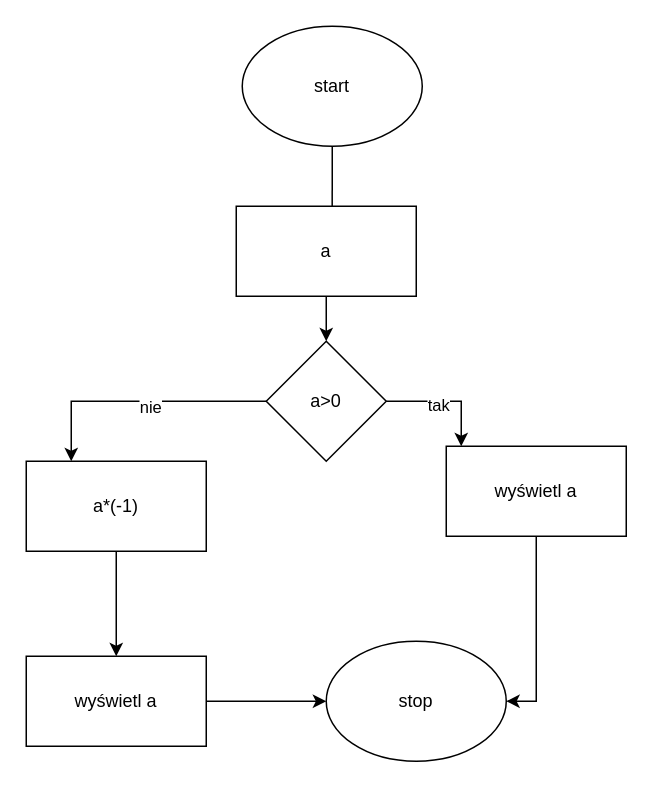
Before: Diagram bez tytułu.drawio in maciasok/algorytmy, a draw.io diagram. Source tidied: cells renumbered, new cells numbered last; positions are measured from the earlier drawing's top-left corner, leaving out a move shared by most shapes. Both pictures are drawn from the tidied source at 150%, with x=0, y=0 at pixel (26, 26).
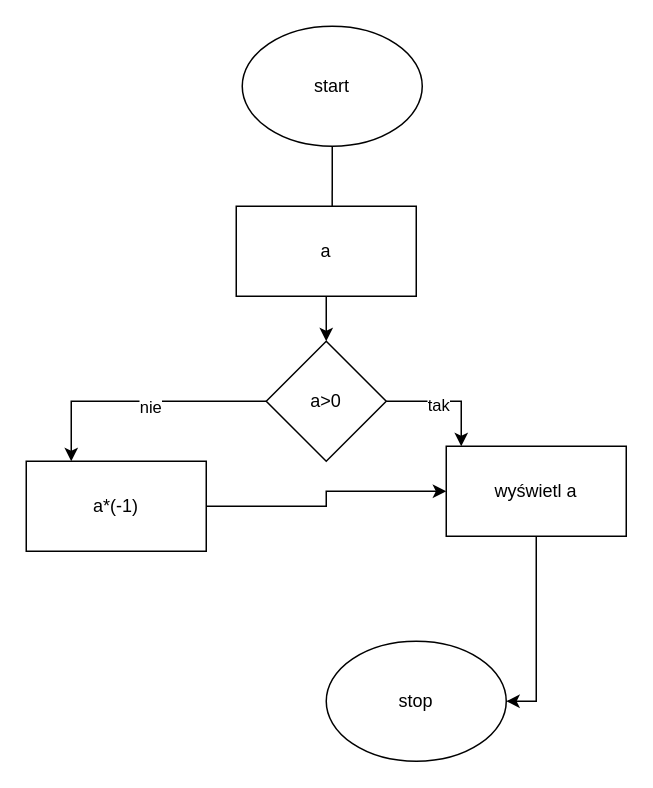
After the change.

What changed in the source:
```diff
@@
 <mxGraphModel>
   <root>
     <mxCell id="0" />
     <mxCell id="1" parent="0" />
     <mxCell id="2" style="edgeStyle=orthogonalEdgeStyle;rounded=0;jettySize=auto;html=1;entryX=0.533;entryY=0.167;entryDx=0;entryDy=0;entryPerimeter=0;" parent="1" edge="1" source="3" target="5">
       <mxGeometry relative="1" as="geometry" />
     </mxCell>
     <mxCell id="3" value="start" style="ellipse;whiteSpace=wrap;html=1;" parent="1" vertex="1">
       <mxGeometry x="144" width="120" height="80" as="geometry" />
     </mxCell>
     <mxCell id="4" style="edgeStyle=orthogonalEdgeStyle;rounded=0;jettySize=auto;html=1;" parent="1" edge="1" source="5" target="10">
       <mxGeometry relative="1" as="geometry" />
     </mxCell>
     <mxCell id="5" value="a" style="rounded=0;whiteSpace=wrap;html=1;" parent="1" vertex="1">
       <mxGeometry x="140" y="120" width="120" height="60" as="geometry" />
     </mxCell>
     <mxCell id="6" style="edgeStyle=orthogonalEdgeStyle;rounded=0;jettySize=auto;html=1;" parent="1" edge="1" source="10" target="14">
       <mxGeometry relative="1" as="geometry">
         <Array as="points">
           <mxPoint x="290" y="250" />
         </Array>
       </mxGeometry>
     </mxCell>
     <mxCell id="7" value="tak" style="edgeLabel;html=1;align=center;verticalAlign=middle;" parent="6" vertex="1">
       <mxGeometry x="-0.15" y="-2" relative="1" as="geometry" />
     </mxCell>
     <mxCell id="8" style="edgeStyle=orthogonalEdgeStyle;rounded=0;jettySize=auto;html=1;exitX=0;exitY=0.5;exitDx=0;exitDy=0;entryX=0.25;entryY=0;entryDx=0;entryDy=0;" parent="1" edge="1" source="10" target="12">
       <mxGeometry relative="1" as="geometry" />
     </mxCell>
     <mxCell id="9" value="nie" style="edgeLabel;html=1;align=center;verticalAlign=middle;" parent="8" vertex="1">
       <mxGeometry x="-0.08" y="3" relative="1" as="geometry" />
     </mxCell>
     <mxCell id="10" value="a&amp;gt;0" style="rhombus;whiteSpace=wrap;html=1;" parent="1" vertex="1">
       <mxGeometry x="160" y="210" width="80" height="80" as="geometry" />
     </mxCell>
-    <mxCell id="11" style="edgeStyle=orthogonalEdgeStyle;rounded=0;jettySize=auto;html=1;" parent="1" edge="1" source="12">
-      <mxGeometry relative="1" as="geometry">
-        <mxPoint x="60" y="420" as="targetPoint" />
-      </mxGeometry>
-    </mxCell>
+    <mxCell id="18" style="edgeStyle=orthogonalEdgeStyle;rounded=0;jettySize=auto;html=1;" parent="1" edge="1" source="12" target="14">
+      <mxGeometry relative="1" as="geometry" />
+    </mxCell>
     <mxCell id="12" value="a*(-1)" style="rounded=0;whiteSpace=wrap;html=1;" parent="1" vertex="1">
       <mxGeometry y="290" width="120" height="60" as="geometry" />
     </mxCell>
     <mxCell id="13" style="edgeStyle=orthogonalEdgeStyle;rounded=0;jettySize=auto;html=1;entryX=1;entryY=0.5;entryDx=0;entryDy=0;" parent="1" edge="1" source="14" target="15">
       <mxGeometry relative="1" as="geometry" />
     </mxCell>
     <mxCell id="14" value="wyświetl a" style="rounded=0;whiteSpace=wrap;html=1;" parent="1" vertex="1">
       <mxGeometry x="280" y="280" width="120" height="60" as="geometry" />
     </mxCell>
     <mxCell id="15" value="stop" style="ellipse;whiteSpace=wrap;html=1;" parent="1" vertex="1">
       <mxGeometry x="200" y="410" width="120" height="80" as="geometry" />
     </mxCell>
-    <mxCell id="16" style="edgeStyle=orthogonalEdgeStyle;rounded=0;jettySize=auto;html=1;entryX=0;entryY=0.5;entryDx=0;entryDy=0;" parent="1" edge="1" source="17" target="15">
-      <mxGeometry relative="1" as="geometry" />
-    </mxCell>
-    <mxCell id="17" value="wyświetl a" style="rounded=0;whiteSpace=wrap;html=1;" parent="1" vertex="1">
-      <mxGeometry y="420" width="120" height="60" as="geometry" />
-    </mxCell>
   </root>
 </mxGraphModel>
```
